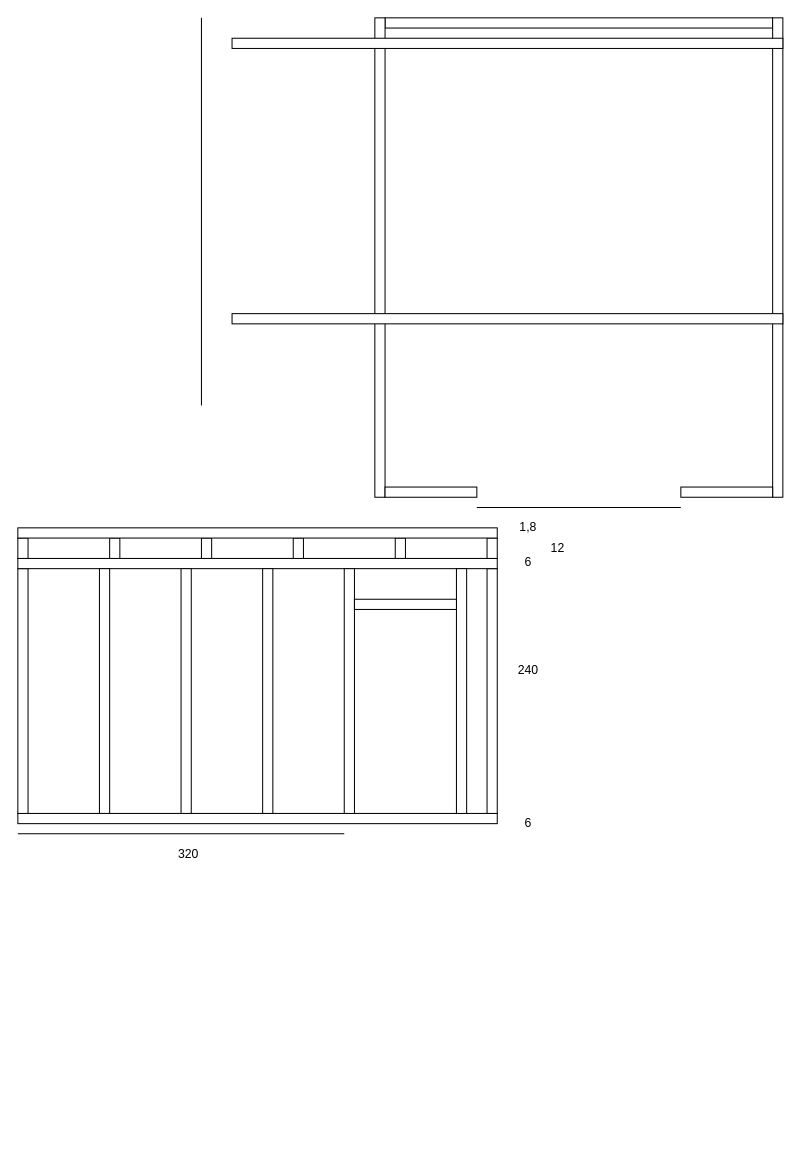
Before: Garage_01.drawio in joschinger-github/garage, a draw.io diagram. Source tidied: cells renumbered, new cells numbered last; positions are measured from the earlier drawing's top-left corner, leaving out a move shared by most shapes. Both pictures are drawn from the tidied source at 102%, with x=0, y=0 at pixel (17, 17).
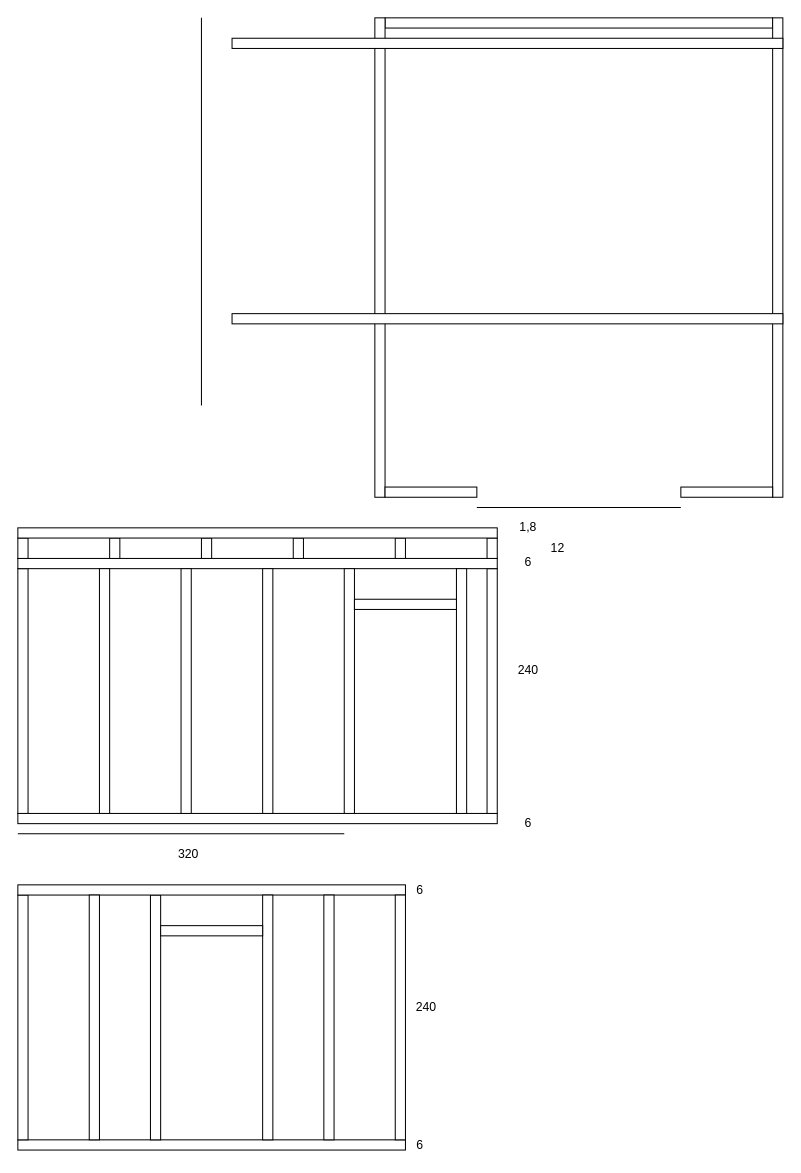
After the change.

The edit, as a diff of the source:
```diff
@@
+    <mxCell id="35" style="rounded=0;whiteSpace=wrap;html=1;" parent="1" vertex="1">
+      <mxGeometry y="1100" width="380" height="10" as="geometry" />
+    </mxCell>
+    <mxCell id="36" style="rounded=0;whiteSpace=wrap;html=1;" parent="1" vertex="1">
+      <mxGeometry y="860" width="10" height="240" as="geometry" />
+    </mxCell>
+    <mxCell id="37" style="rounded=0;whiteSpace=wrap;html=1;" parent="1" vertex="1">
+      <mxGeometry x="130" y="860" width="10" height="240" as="geometry" />
+    </mxCell>
+    <mxCell id="38" style="rounded=0;whiteSpace=wrap;html=1;" parent="1" vertex="1">
+      <mxGeometry y="850" width="380" height="10" as="geometry" />
+    </mxCell>
+    <mxCell id="39" style="rounded=0;whiteSpace=wrap;html=1;" parent="1" vertex="1">
+      <mxGeometry x="70" y="860" width="10" height="240" as="geometry" />
+    </mxCell>
+    <mxCell id="40" style="rounded=0;whiteSpace=wrap;html=1;" parent="1" vertex="1">
+      <mxGeometry x="240" y="860" width="10" height="240" as="geometry" />
+    </mxCell>
+    <mxCell id="41" style="rounded=0;whiteSpace=wrap;html=1;" parent="1" vertex="1">
+      <mxGeometry x="300" y="860" width="10" height="240" as="geometry" />
+    </mxCell>
+    <mxCell id="42" style="rounded=0;whiteSpace=wrap;html=1;" parent="1" vertex="1">
+      <mxGeometry x="370" y="860" width="10" height="240" as="geometry" />
+    </mxCell>
+    <mxCell id="43" value="6" style="text;html=1;align=center;verticalAlign=middle;strokeColor=none;fillColor=none;" parent="1" vertex="1">
+      <mxGeometry x="384" y="1095" width="20" height="20" as="geometry" />
+    </mxCell>
+    <mxCell id="44" value="240" style="text;html=1;align=center;verticalAlign=middle;strokeColor=none;fillColor=none;" parent="1" vertex="1">
+      <mxGeometry x="380" y="960" width="40" height="20" as="geometry" />
+    </mxCell>
+    <mxCell id="45" value="6" style="text;html=1;align=center;verticalAlign=middle;strokeColor=none;fillColor=none;" parent="1" vertex="1">
+      <mxGeometry x="384" y="845" width="20" height="20" as="geometry" />
+    </mxCell>
+    <mxCell id="46" style="rounded=0;whiteSpace=wrap;html=1;" parent="1" vertex="1">
+      <mxGeometry x="140" y="890" width="100" height="10" as="geometry" />
+    </mxCell>
```
